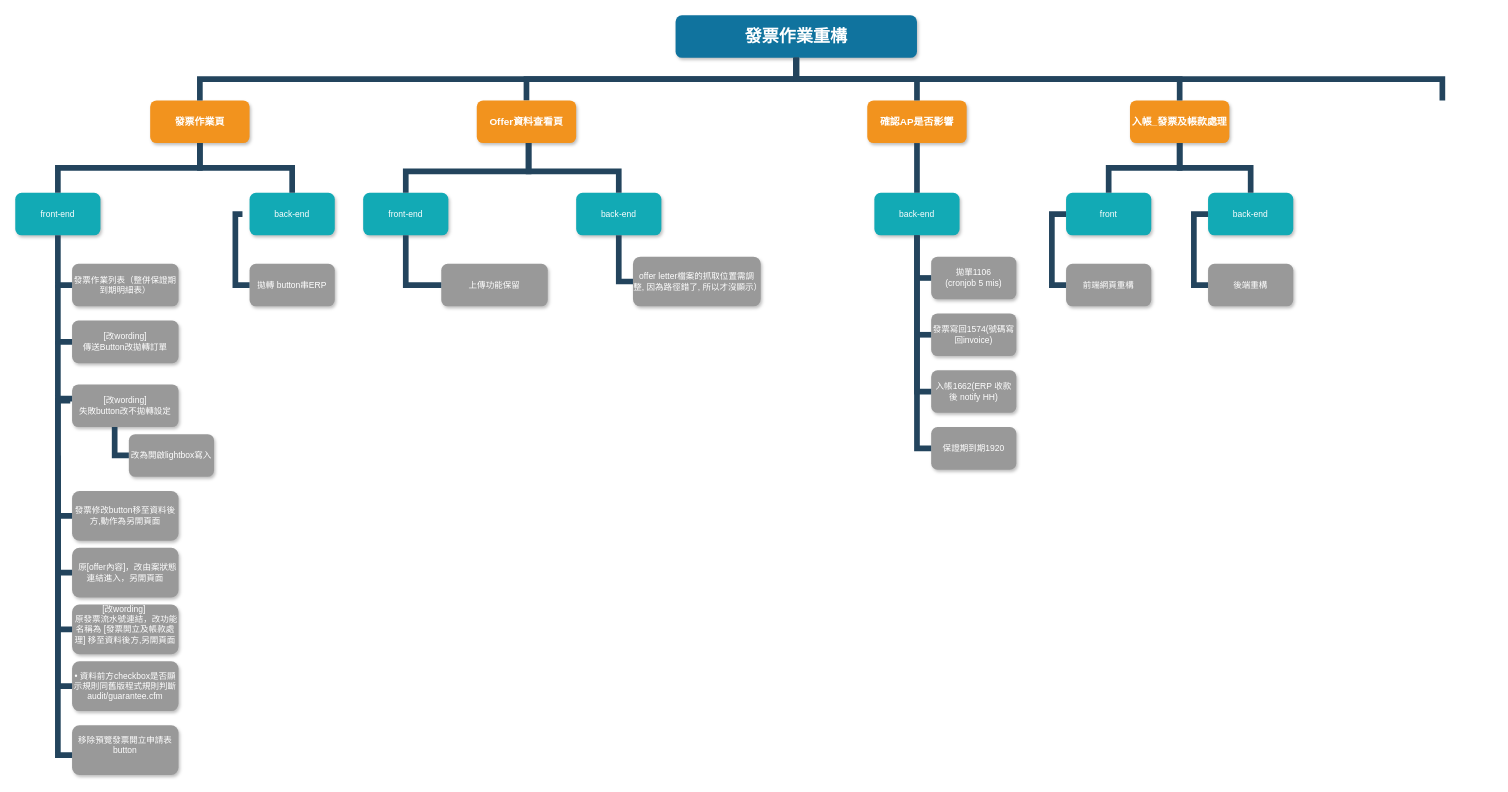
terencehung/rrr keeps this draw.io diagram as Untitled Diagram.drawio. Above is the earlier version. Source tidied: cells renumbered, new cells numbered last; positions are measured from the earlier drawing's top-left corner, leaving out a move shared by most shapes. Both pictures are drawn from the tidied source at 71%, with x=0, y=0 at pixel (15, 15).
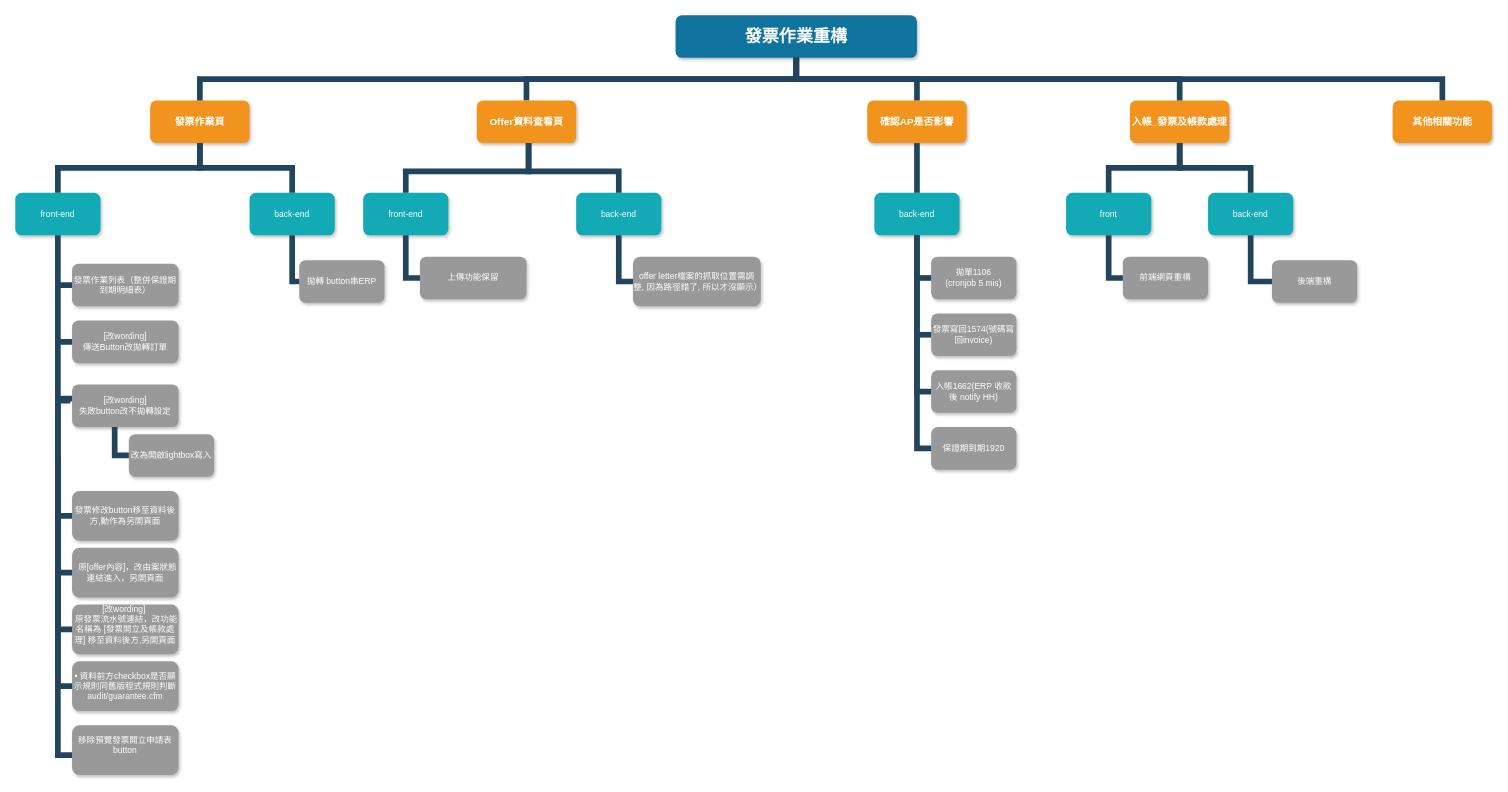
After the change.

Unchanged cells that the change refers to:
```xml
<mxCell id="7" value="back-end" style="whiteSpace=wrap;rounded=1;fillColor=#12AAB5;strokeColor=none;shadow=1;fontColor=#FFFFFF;" parent="1" vertex="1">
  <mxGeometry x="330" y="250" width="120" height="60" as="geometry" />
</mxCell>
<mxCell id="24" value="front" style="whiteSpace=wrap;rounded=1;fillColor=#12AAB5;strokeColor=none;shadow=1;fontColor=#FFFFFF;" parent="1" vertex="1">
  <mxGeometry x="1480" y="250" width="120" height="60" as="geometry" />
</mxCell>
<mxCell id="25" value="back-end" style="whiteSpace=wrap;rounded=1;fillColor=#12AAB5;strokeColor=none;shadow=1;fontColor=#FFFFFF;" parent="1" vertex="1">
  <mxGeometry x="1680" y="250" width="120" height="60" as="geometry" />
</mxCell>
```

Change to the diagram source:
```diff
@@
     <mxCell id="10" value="拋轉 button串ERP" style="whiteSpace=wrap;rounded=1;fillColor=#999999;strokeColor=none;shadow=1;fontColor=#FFFFFF;fontStyle=0;" parent="1" vertex="1">
-      <mxGeometry x="330" y="350" width="120" height="60" as="geometry" />
+      <mxGeometry x="400" y="345" width="120" height="60" as="geometry" />
     </mxCell>
@@
-    <mxCell id="15" style="edgeStyle=elbowEdgeStyle;elbow=horizontal;rounded=0;fontColor=#000000;endArrow=none;endFill=0;strokeWidth=8;strokeColor=#23445D;" parent="1" edge="1" target="10">
+    <mxCell id="15" style="edgeStyle=elbowEdgeStyle;elbow=horizontal;rounded=0;fontColor=#000000;endArrow=none;endFill=0;strokeWidth=8;strokeColor=#23445D;exitX=0.5;exitY=1;exitDx=0;exitDy=0;" parent="1" edge="1" source="7" target="10">
       <mxGeometry relative="1" as="geometry">
-        <mxPoint x="320" y="280" as="sourcePoint" />
         <Array as="points">
-          <mxPoint x="310" y="330" />
+          <mxPoint x="390" y="340" />
         </Array>
       </mxGeometry>
     </mxCell>
@@
     <mxCell id="26" value="前端網頁重構" style="whiteSpace=wrap;rounded=1;fillColor=#999999;strokeColor=none;shadow=1;fontColor=#FFFFFF;fontStyle=0;" parent="1" vertex="1">
-      <mxGeometry x="1480" y="350" width="120" height="60" as="geometry" />
+      <mxGeometry x="1560" y="340" width="120" height="60" as="geometry" />
     </mxCell>
     <mxCell id="27" value="後端重構" style="whiteSpace=wrap;rounded=1;fillColor=#999999;strokeColor=none;shadow=1;fontColor=#FFFFFF;fontStyle=0;" parent="1" vertex="1">
-      <mxGeometry x="1680" y="350" width="120" height="60" as="geometry" />
+      <mxGeometry x="1770" y="345" width="120" height="60" as="geometry" />
     </mxCell>
-    <mxCell id="28" style="edgeStyle=elbowEdgeStyle;elbow=horizontal;rounded=0;fontColor=#000000;endArrow=none;endFill=0;strokeWidth=8;strokeColor=#23445D;" parent="1" edge="1" source="24" target="26">
+    <mxCell id="28" style="edgeStyle=elbowEdgeStyle;elbow=horizontal;rounded=0;fontColor=#000000;endArrow=none;endFill=0;strokeWidth=8;strokeColor=#23445D;exitX=0.5;exitY=1;exitDx=0;exitDy=0;entryX=0;entryY=0.5;entryDx=0;entryDy=0;" parent="1" edge="1" source="24" target="26">
       <mxGeometry relative="1" as="geometry">
         <Array as="points">
-          <mxPoint x="1460" y="330" />
+          <mxPoint x="1540" y="340" />
         </Array>
       </mxGeometry>
     </mxCell>
-    <mxCell id="29" style="edgeStyle=elbowEdgeStyle;elbow=horizontal;rounded=0;fontColor=#000000;endArrow=none;endFill=0;strokeWidth=8;strokeColor=#23445D;" parent="1" edge="1" source="25" target="27">
+    <mxCell id="29" style="edgeStyle=elbowEdgeStyle;elbow=horizontal;rounded=0;fontColor=#000000;endArrow=none;endFill=0;strokeWidth=8;strokeColor=#23445D;exitX=0.5;exitY=1;exitDx=0;exitDy=0;" parent="1" edge="1" source="25" target="27">
       <mxGeometry relative="1" as="geometry">
         <Array as="points">
-          <mxPoint x="1660" y="330" />
+          <mxPoint x="1740" y="340" />
         </Array>
       </mxGeometry>
     </mxCell>
@@
     <mxCell id="58" value="上傳功能保留" style="whiteSpace=wrap;rounded=1;fillColor=#999999;strokeColor=none;shadow=1;fontColor=#FFFFFF;fontStyle=0;" parent="1" vertex="1">
-      <mxGeometry x="600" y="350" width="150" height="60" as="geometry" />
+      <mxGeometry x="570" y="340" width="150" height="60" as="geometry" />
     </mxCell>
@@
+    <mxCell id="62" value="其他相關功能" style="whiteSpace=wrap;rounded=1;fillColor=#F2931E;strokeColor=none;shadow=1;fontColor=#FFFFFF;fontStyle=1;fontSize=14;" parent="1" vertex="1">
+      <mxGeometry x="1940" y="120" width="140" height="60" as="geometry" />
+    </mxCell>
```
